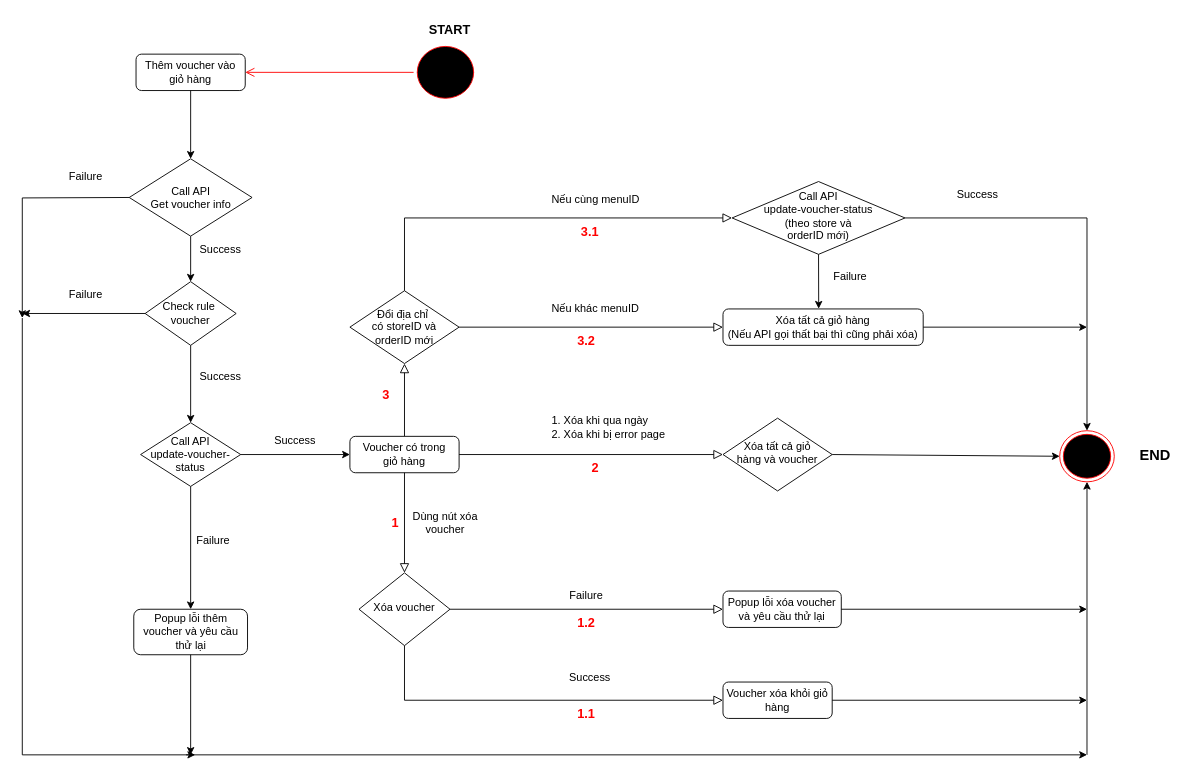
Above: Untitled Diagram.drawio in giangnguyenpzh/deme-book (draw.io), before the change. Source tidied: cells renumbered, new cells numbered last; positions are measured from the earlier drawing's top-left corner, leaving out a move shared by most shapes. Both pictures are drawn from the tidied source at 91%, with x=0, y=0 at pixel (22, 15).
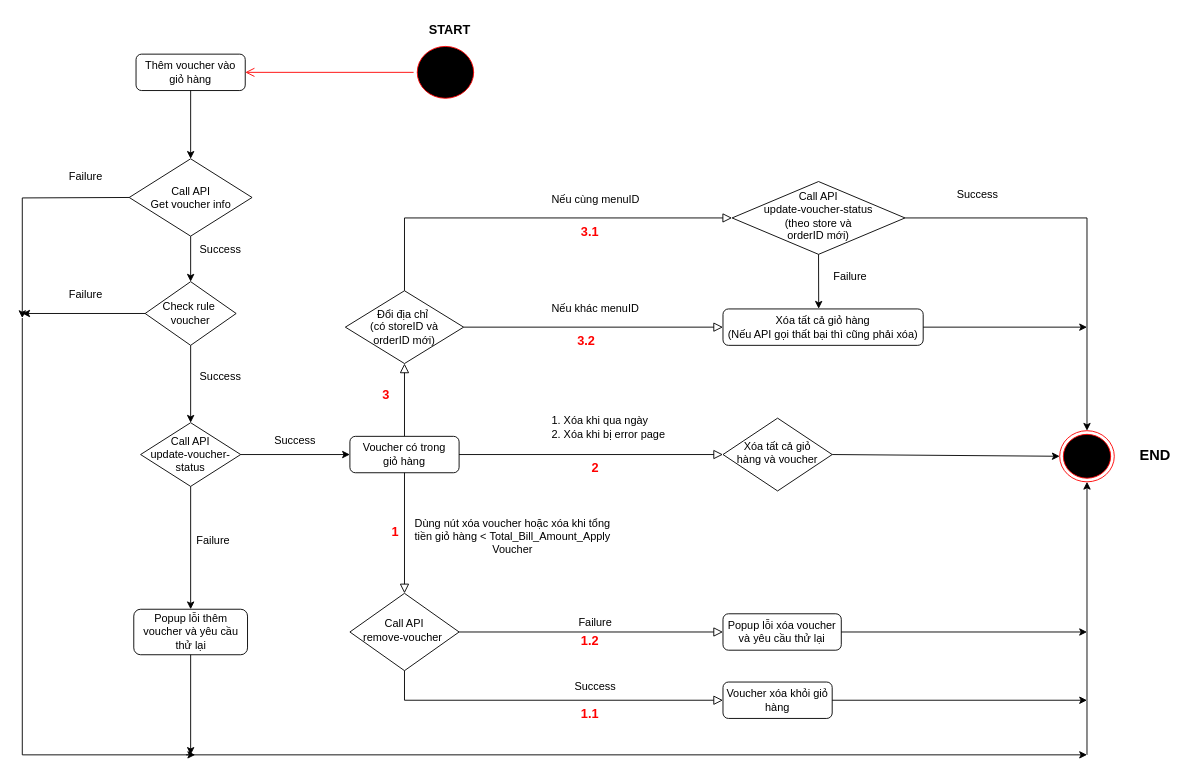
The same page after the edit.

Diff of the diagram source:
```diff
@@
-    <mxCell id="4" value="Xóa voucher" style="rhombus;whiteSpace=wrap;html=1;shadow=0;fontFamily=Helvetica;fontSize=12;align=center;strokeWidth=1;spacing=6;spacingTop=-4;" parent="1" vertex="1">
-      <mxGeometry x="370" y="612" width="100" height="80" as="geometry" />
+    <mxCell id="4" value="Call API &lt;br&gt;remove-voucher&amp;nbsp;" style="rhombus;whiteSpace=wrap;html=1;shadow=0;fontFamily=Helvetica;fontSize=12;align=center;strokeWidth=1;spacing=6;spacingTop=-4;" parent="1" vertex="1">
+      <mxGeometry x="360" y="634.5" width="120" height="85" as="geometry" />
     </mxCell>
     <mxCell id="5" value="Popup lỗi xóa voucher và yêu cầu thử lại" style="rounded=1;whiteSpace=wrap;html=1;fontSize=12;glass=0;strokeWidth=1;shadow=0;" parent="1" vertex="1">
-      <mxGeometry x="770" y="632" width="130" height="40" as="geometry" />
+      <mxGeometry x="770" y="657" width="130" height="40" as="geometry" />
     </mxCell>
@@
     <mxCell id="10" value="Success" style="text;html=1;strokeColor=none;fillColor=none;align=center;verticalAlign=middle;whiteSpace=wrap;rounded=0;" parent="1" vertex="1">
-      <mxGeometry x="594" y="712" width="60" height="30" as="geometry" />
+      <mxGeometry x="600" y="722" width="60" height="30" as="geometry" />
     </mxCell>
     <mxCell id="11" value="Failure" style="text;html=1;strokeColor=none;fillColor=none;align=center;verticalAlign=middle;whiteSpace=wrap;rounded=0;" parent="1" vertex="1">
-      <mxGeometry x="590" y="622" width="60" height="30" as="geometry" />
+      <mxGeometry x="600" y="652" width="60" height="30" as="geometry" />
     </mxCell>
     <mxCell id="12" style="rhombus;whiteSpace=wrap;html=1;shadow=0;fontFamily=Helvetica;fontSize=12;align=center;strokeWidth=1;spacing=6;spacingTop=-4;" parent="1" vertex="1">
-      <mxGeometry x="360" y="302" width="120" height="80" as="geometry" />
+      <mxGeometry x="355" y="302" width="130" height="80" as="geometry" />
     </mxCell>
@@
-    <mxCell id="19" value="Dùng nút xóa voucher" style="text;html=1;strokeColor=none;fillColor=none;align=center;verticalAlign=middle;whiteSpace=wrap;rounded=0;" parent="1" vertex="1">
-      <mxGeometry x="410" y="542" width="110" height="30" as="geometry" />
+    <mxCell id="19" value="Dùng nút xóa voucher hoặc xóa khi tổng tiền giỏ hàng &amp;lt;&amp;nbsp;Total_Bill_Amount_Apply Voucher" style="text;html=1;strokeColor=none;fillColor=none;align=center;verticalAlign=middle;whiteSpace=wrap;rounded=0;" parent="1" vertex="1">
+      <mxGeometry x="424" y="552" width="230" height="40" as="geometry" />
     </mxCell>
@@
-    <mxCell id="26" style="endArrow=classic;html=1;rounded=0;" parent="1" edge="1">
+    <mxCell id="26" style="endArrow=classic;html=1;rounded=0;exitX=1;exitY=0.5;exitDx=0;exitDy=0;" parent="1" edge="1" source="5">
       <mxGeometry relative="1" as="geometry">
-        <mxPoint x="900" y="652" as="sourcePoint" />
-        <mxPoint x="1170" y="652" as="targetPoint" />
+        <mxPoint x="1170" y="677" as="targetPoint" />
       </mxGeometry>
     </mxCell>
@@
     <mxCell id="38" value="&lt;b&gt;&lt;font style=&quot;font-size: 14px;&quot;&gt;1&lt;/font&gt;&lt;/b&gt;" style="text;html=1;strokeColor=none;fillColor=none;align=center;verticalAlign=middle;whiteSpace=wrap;rounded=0;fontColor=#ff0000;" parent="1" vertex="1">
-      <mxGeometry x="380" y="542" width="60" height="30" as="geometry" />
+      <mxGeometry x="380" y="552" width="60" height="30" as="geometry" />
     </mxCell>
     <mxCell id="39" value="&lt;b&gt;&lt;font style=&quot;font-size: 14px;&quot;&gt;1.1&lt;/font&gt;&lt;/b&gt;" style="text;html=1;strokeColor=none;fillColor=none;align=center;verticalAlign=middle;whiteSpace=wrap;rounded=0;fontColor=#ff0000;" parent="1" vertex="1">
-      <mxGeometry x="590" y="752" width="60" height="30" as="geometry" />
+      <mxGeometry x="594" y="752" width="60" height="30" as="geometry" />
     </mxCell>
     <mxCell id="40" value="&lt;b&gt;&lt;font style=&quot;font-size: 14px;&quot;&gt;1.2&lt;/font&gt;&lt;/b&gt;" style="text;html=1;strokeColor=none;fillColor=none;align=center;verticalAlign=middle;whiteSpace=wrap;rounded=0;fontColor=#ff0000;" parent="1" vertex="1">
-      <mxGeometry x="590" y="652" width="60" height="30" as="geometry" />
+      <mxGeometry x="594" y="672" width="60" height="30" as="geometry" />
     </mxCell>
@@
-    <mxCell id="62" value="Đổi địa chỉ&amp;nbsp;&lt;br&gt;có storeID và orderID&amp;nbsp;mới" style="text;html=1;strokeColor=none;fillColor=none;align=center;verticalAlign=middle;whiteSpace=wrap;rounded=0;" parent="1" vertex="1">
+    <mxCell id="62" value="Đổi địa chỉ&amp;nbsp;&lt;br&gt;(có storeID và orderID&amp;nbsp;mới)" style="text;html=1;strokeColor=none;fillColor=none;align=center;verticalAlign=middle;whiteSpace=wrap;rounded=0;" parent="1" vertex="1">
       <mxGeometry x="365" y="332" width="110" height="20" as="geometry" />
     </mxCell>
```
